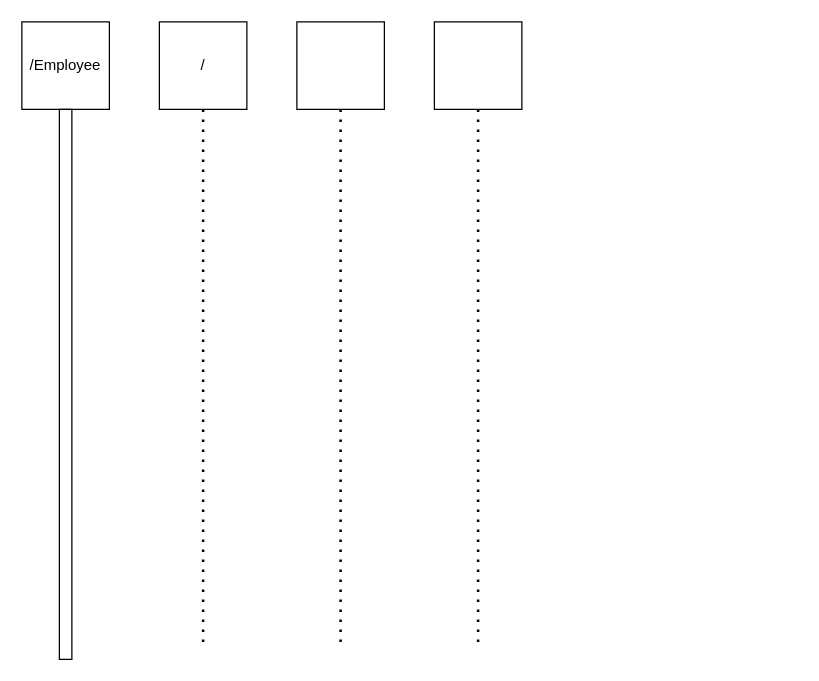
uvic-teach/project-m1-team8 keeps this draw.io diagram as Drawio/UC-2 Sequence Diagram.drawio. Above is the earlier version. Source tidied: cells renumbered, new cells numbered last; positions are measured from the earlier drawing's top-left corner, leaving out a move shared by most shapes. Both pictures are drawn from the tidied source at 125%, with x=0, y=0 at pixel (21, 21).
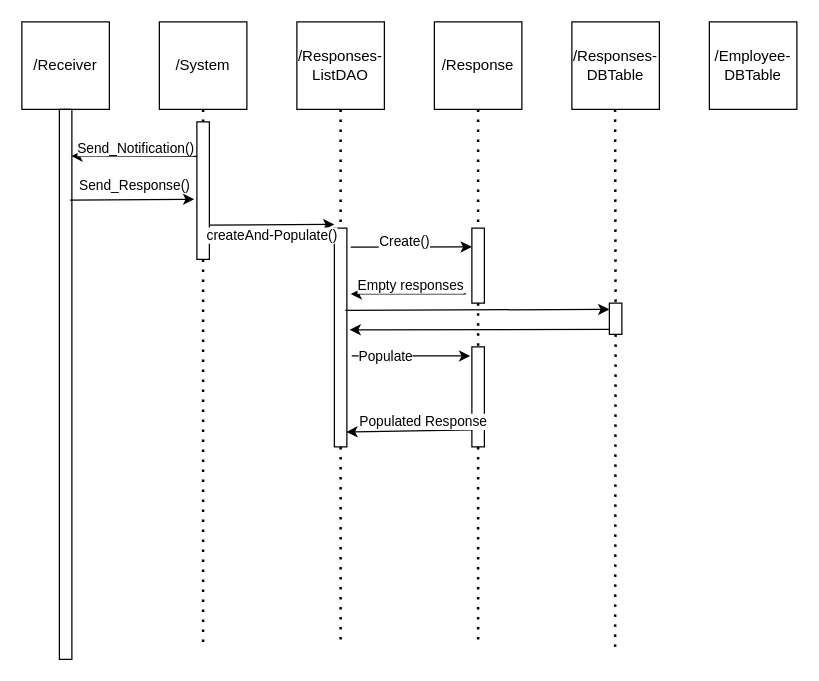
After the change.

The change refers to these unchanged cells:
```xml
<mxCell id="4" style="rounded=0;whiteSpace=wrap;html=1;" parent="1" vertex="1">
  <mxGeometry x="30" y="70" width="10" height="440" as="geometry" />
</mxCell>
```

Change to the diagram source:
```diff
@@
-    <mxCell id="2" value="/Employee" style="whiteSpace=wrap;html=1;" parent="1" vertex="1">
+    <mxCell id="2" value="/Receiver" style="whiteSpace=wrap;html=1;" parent="1" vertex="1">
       <mxGeometry width="70" height="70" as="geometry" />
     </mxCell>
-    <mxCell id="3" value="/" style="whiteSpace=wrap;html=1;" parent="1" vertex="1">
+    <mxCell id="3" value="/System" style="whiteSpace=wrap;html=1;" parent="1" vertex="1">
       <mxGeometry x="110" width="70" height="70" as="geometry" />
     </mxCell>
@@
-    <mxCell id="5" style="endArrow=none;dashed=1;html=1;dashPattern=1 3;strokeWidth=2;rounded=0;exitX=0.5;exitY=1;exitDx=0;exitDy=0;" parent="1" edge="1" source="3">
+    <mxCell id="5" style="endArrow=none;dashed=1;html=1;dashPattern=1 3;strokeWidth=2;rounded=0;exitX=0.5;exitY=1;exitDx=0;exitDy=0;" parent="1" edge="1" source="11">
       <mxGeometry relative="1" as="geometry">
         <mxPoint x="145" y="500" as="targetPoint" />
       </mxGeometry>
     </mxCell>
-    <mxCell id="6" style="whiteSpace=wrap;html=1;" parent="1" vertex="1">
+    <mxCell id="6" value="/Responses-ListDAO" style="whiteSpace=wrap;html=1;" parent="1" vertex="1">
       <mxGeometry x="220" width="70" height="70" as="geometry" />
     </mxCell>
-    <mxCell id="7" style="endArrow=none;dashed=1;html=1;dashPattern=1 3;strokeWidth=2;rounded=0;exitX=0.5;exitY=1;exitDx=0;exitDy=0;" parent="1" edge="1" source="6">
+    <mxCell id="7" style="endArrow=none;dashed=1;html=1;dashPattern=1 3;strokeWidth=2;rounded=0;" parent="1" edge="1" source="23">
       <mxGeometry relative="1" as="geometry">
         <mxPoint x="255" y="500" as="targetPoint" />
       </mxGeometry>
     </mxCell>
-    <mxCell id="8" style="whiteSpace=wrap;html=1;" parent="1" vertex="1">
+    <mxCell id="8" value="/Response" style="whiteSpace=wrap;html=1;" parent="1" vertex="1">
       <mxGeometry x="330" width="70" height="70" as="geometry" />
     </mxCell>
-    <mxCell id="9" style="endArrow=none;dashed=1;html=1;dashPattern=1 3;strokeWidth=2;rounded=0;exitX=0.5;exitY=1;exitDx=0;exitDy=0;" parent="1" edge="1" source="8">
+    <mxCell id="9" style="endArrow=none;dashed=1;html=1;dashPattern=1 3;strokeWidth=2;rounded=0;exitX=0.5;exitY=1;exitDx=0;exitDy=0;" parent="1" edge="1" source="33">
       <mxGeometry relative="1" as="geometry">
         <mxPoint x="365" y="500" as="targetPoint" />
       </mxGeometry>
     </mxCell>
+    <mxCell id="10" style="endArrow=none;dashed=1;html=1;dashPattern=1 3;strokeWidth=2;rounded=0;exitX=0.5;exitY=1;exitDx=0;exitDy=0;" parent="1" edge="1" source="3" target="11">
+      <mxGeometry relative="1" as="geometry" />
+    </mxCell>
+    <mxCell id="11" style="rounded=0;whiteSpace=wrap;html=1;" parent="1" vertex="1">
+      <mxGeometry x="140" y="80" width="10" height="110" as="geometry" />
+    </mxCell>
+    <mxCell id="12" style="endArrow=none;dashed=1;html=1;dashPattern=1 3;strokeWidth=2;rounded=0;exitX=0.5;exitY=1;exitDx=0;exitDy=0;" parent="1" edge="1" source="6">
+      <mxGeometry relative="1" as="geometry">
+        <mxPoint x="255" y="70" as="targetPoint" />
+      </mxGeometry>
+    </mxCell>
+    <mxCell id="13" value="/Responses-DBTable" style="whiteSpace=wrap;html=1;" parent="1" vertex="1">
+      <mxGeometry x="440" width="70" height="70" as="geometry" />
+    </mxCell>
+    <mxCell id="14" value="/Employee-DBTable" style="whiteSpace=wrap;html=1;" parent="1" vertex="1">
+      <mxGeometry x="550" width="70" height="70" as="geometry" />
+    </mxCell>
+    <mxCell id="15" style="endArrow=none;dashed=1;html=1;dashPattern=1 3;strokeWidth=2;rounded=0;exitX=0.5;exitY=1;exitDx=0;exitDy=0;" parent="1" edge="1" source="17">
+      <mxGeometry relative="1" as="geometry">
+        <mxPoint x="474.6" y="500" as="targetPoint" />
+      </mxGeometry>
+    </mxCell>
+    <mxCell id="16" style="endArrow=none;dashed=1;html=1;dashPattern=1 3;strokeWidth=2;rounded=0;exitX=0.5;exitY=1;exitDx=0;exitDy=0;" parent="1" edge="1" target="17">
+      <mxGeometry relative="1" as="geometry">
+        <mxPoint x="474.6" y="70" as="sourcePoint" />
+      </mxGeometry>
+    </mxCell>
+    <mxCell id="17" style="rounded=0;whiteSpace=wrap;html=1;" parent="1" vertex="1">
+      <mxGeometry x="470" y="225" width="10" height="25" as="geometry" />
+    </mxCell>
+    <mxCell id="18" style="endArrow=classic;html=1;rounded=0;entryX=0.959;entryY=0.085;entryDx=0;entryDy=0;entryPerimeter=0;exitX=0;exitY=0.25;exitDx=0;exitDy=0;" parent="1" edge="1" source="11" target="4">
+      <mxGeometry relative="1" as="geometry" />
+    </mxCell>
+    <mxCell id="19" value="Send_Notification()" style="edgeLabel;html=1;align=center;verticalAlign=middle;" parent="18" vertex="1">
+      <mxGeometry x="0.31" relative="1" as="geometry">
+        <mxPoint x="16" y="-7" as="offset" />
+      </mxGeometry>
+    </mxCell>
+    <mxCell id="20" style="endArrow=classic;html=1;rounded=0;exitX=0.959;exitY=0.165;exitDx=0;exitDy=0;exitPerimeter=0;entryX=-0.11;entryY=0.563;entryDx=0;entryDy=0;entryPerimeter=0;" parent="1" edge="1">
+      <mxGeometry relative="1" as="geometry">
+        <mxPoint x="38.6" y="142.6" as="sourcePoint" />
+        <mxPoint x="137.9" y="141.9" as="targetPoint" />
+      </mxGeometry>
+    </mxCell>
+    <mxCell id="21" value="Send_Response()" style="edgeLabel;html=1;align=center;verticalAlign=middle;" parent="20" vertex="1">
+      <mxGeometry x="-0.33" relative="1" as="geometry">
+        <mxPoint x="18" y="-12" as="offset" />
+      </mxGeometry>
+    </mxCell>
+    <mxCell id="22" style="endArrow=none;dashed=1;html=1;dashPattern=1 3;strokeWidth=2;rounded=0;" parent="1" edge="1" target="23">
+      <mxGeometry relative="1" as="geometry">
+        <mxPoint x="255" y="70" as="sourcePoint" />
+      </mxGeometry>
+    </mxCell>
+    <mxCell id="23" style="rounded=0;whiteSpace=wrap;html=1;" parent="1" vertex="1">
+      <mxGeometry x="250" y="165" width="10" height="175" as="geometry" />
+    </mxCell>
+    <mxCell id="24" style="endArrow=classic;html=1;rounded=0;exitX=1;exitY=0.75;exitDx=0;exitDy=0;" parent="1" edge="1" source="11">
+      <mxGeometry relative="1" as="geometry">
+        <mxPoint x="250" y="162" as="targetPoint" />
+      </mxGeometry>
+    </mxCell>
+    <mxCell id="25" value="createAnd-Populate()" style="edgeLabel;html=1;align=center;verticalAlign=middle;" parent="24" vertex="1">
+      <mxGeometry x="-0.4" y="4" relative="1" as="geometry">
+        <mxPoint x="20" y="12" as="offset" />
+      </mxGeometry>
+    </mxCell>
+    <mxCell id="26" style="endArrow=none;dashed=1;html=1;dashPattern=1 3;strokeWidth=2;rounded=0;exitX=0.5;exitY=1;exitDx=0;exitDy=0;" parent="1" edge="1" source="8" target="27">
+      <mxGeometry relative="1" as="geometry" />
+    </mxCell>
+    <mxCell id="27" style="rounded=0;whiteSpace=wrap;html=1;" parent="1" vertex="1">
+      <mxGeometry x="360" y="165" width="10" height="60" as="geometry" />
+    </mxCell>
+    <mxCell id="28" style="endArrow=classic;html=1;rounded=0;exitX=1.304;exitY=0.087;exitDx=0;exitDy=0;exitPerimeter=0;entryX=0;entryY=0.25;entryDx=0;entryDy=0;" parent="1" edge="1" source="23" target="27">
+      <mxGeometry relative="1" as="geometry" />
+    </mxCell>
+    <mxCell id="29" value="Create()" style="edgeLabel;html=1;align=center;verticalAlign=middle;" parent="28" vertex="1">
+      <mxGeometry x="-0.44" y="5" relative="1" as="geometry">
+        <mxPoint x="15" as="offset" />
+      </mxGeometry>
+    </mxCell>
+    <mxCell id="30" style="endArrow=classic;html=1;rounded=0;exitX=-0.478;exitY=0.878;exitDx=0;exitDy=0;exitPerimeter=0;entryX=1.304;entryY=0.301;entryDx=0;entryDy=0;entryPerimeter=0;" parent="1" edge="1" source="27" target="23">
+      <mxGeometry relative="1" as="geometry" />
+    </mxCell>
+    <mxCell id="31" value="Empty responses" style="edgeLabel;html=1;align=center;verticalAlign=middle;" parent="30" vertex="1">
+      <mxGeometry x="0.45" y="-7" relative="1" as="geometry">
+        <mxPoint x="22" as="offset" />
+      </mxGeometry>
+    </mxCell>
+    <mxCell id="32" style="endArrow=none;dashed=1;html=1;dashPattern=1 3;strokeWidth=2;rounded=0;exitX=0.5;exitY=1;exitDx=0;exitDy=0;" parent="1" edge="1" source="27" target="33">
+      <mxGeometry relative="1" as="geometry" />
+    </mxCell>
+    <mxCell id="33" style="rounded=0;whiteSpace=wrap;html=1;" parent="1" vertex="1">
+      <mxGeometry x="360" y="260" width="10" height="80" as="geometry" />
+    </mxCell>
+    <mxCell id="34" style="endArrow=classic;html=1;rounded=0;entryX=-0.13;entryY=0.091;entryDx=0;entryDy=0;entryPerimeter=0;exitX=1.391;exitY=0.584;exitDx=0;exitDy=0;exitPerimeter=0;" parent="1" edge="1" source="23" target="33">
+      <mxGeometry relative="1" as="geometry" />
+    </mxCell>
+    <mxCell id="35" value="Populate" style="edgeLabel;html=1;align=center;verticalAlign=middle;" parent="34" vertex="1">
+      <mxGeometry x="-0.43" relative="1" as="geometry" />
+    </mxCell>
+    <mxCell id="36" style="endArrow=classic;html=1;rounded=0;exitX=0.043;exitY=0.83;exitDx=0;exitDy=0;exitPerimeter=0;entryX=0.957;entryY=0.932;entryDx=0;entryDy=0;entryPerimeter=0;" parent="1" edge="1" source="33" target="23">
+      <mxGeometry relative="1" as="geometry" />
+    </mxCell>
+    <mxCell id="37" value="Populated Response" style="edgeLabel;html=1;align=center;verticalAlign=middle;" parent="36" vertex="1">
+      <mxGeometry x="0.43" y="1" relative="1" as="geometry">
+        <mxPoint x="32" y="-9" as="offset" />
+      </mxGeometry>
+    </mxCell>
+    <mxCell id="38" style="endArrow=classic;html=1;rounded=0;exitX=0.87;exitY=0.376;exitDx=0;exitDy=0;exitPerimeter=0;" parent="1" edge="1" source="23">
+      <mxGeometry relative="1" as="geometry">
+        <mxPoint x="470" y="230" as="targetPoint" />
+      </mxGeometry>
+    </mxCell>
+    <mxCell id="39" style="endArrow=classic;html=1;rounded=0;entryX=1.217;entryY=0.465;entryDx=0;entryDy=0;entryPerimeter=0;" parent="1" edge="1" target="23">
+      <mxGeometry relative="1" as="geometry">
+        <mxPoint x="470" y="246" as="sourcePoint" />
+      </mxGeometry>
+    </mxCell>
```
